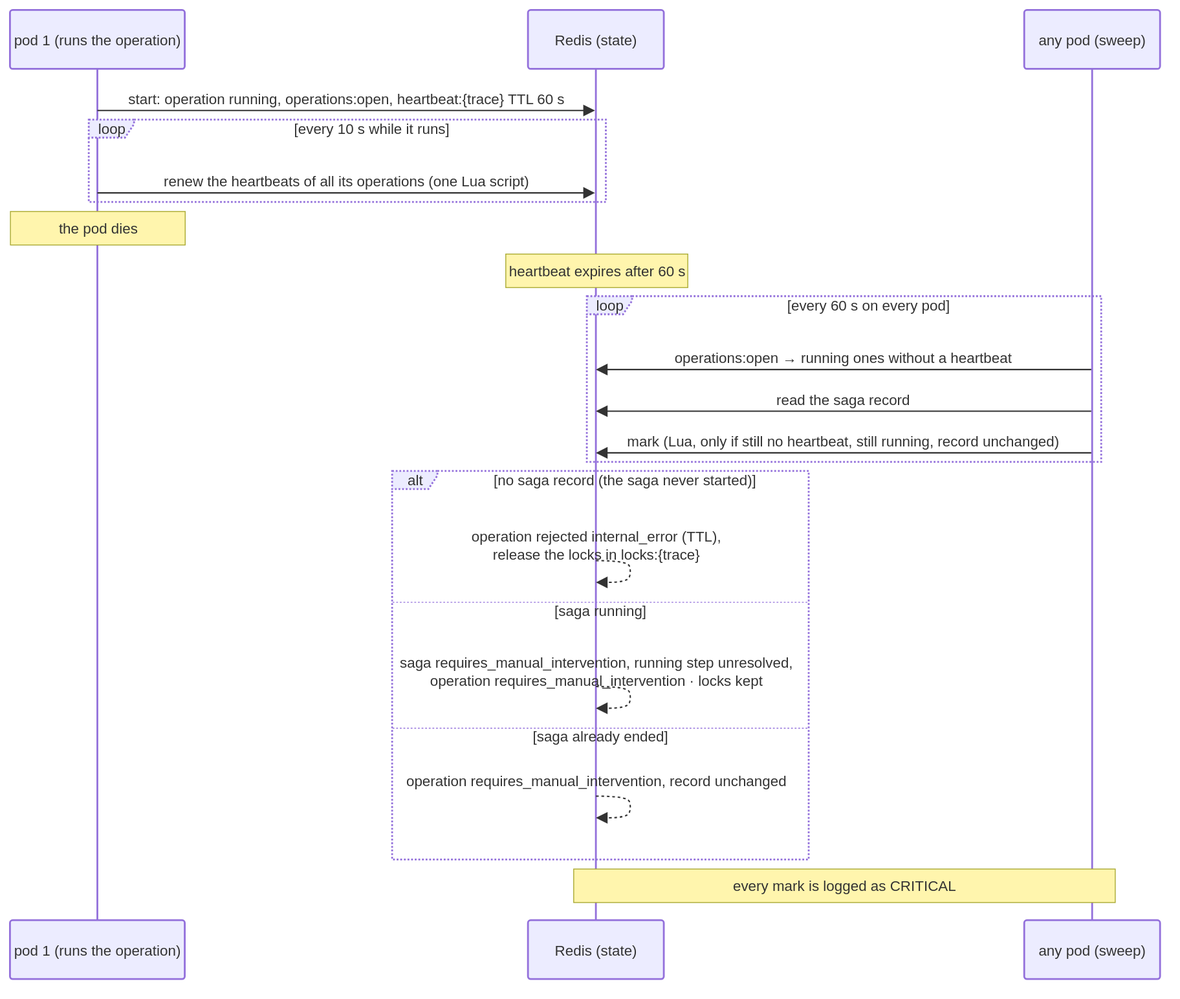
This is docs/diagrams/17-flow-crash.drawio.svg from EliShteinman/redis-enterprise-services, a draw.io export, as it was before one commit. Source tidied: cells renumbered, new cells last; positions are measured from the earlier drawing's top-left corner, leaving out a move shared by most shapes.
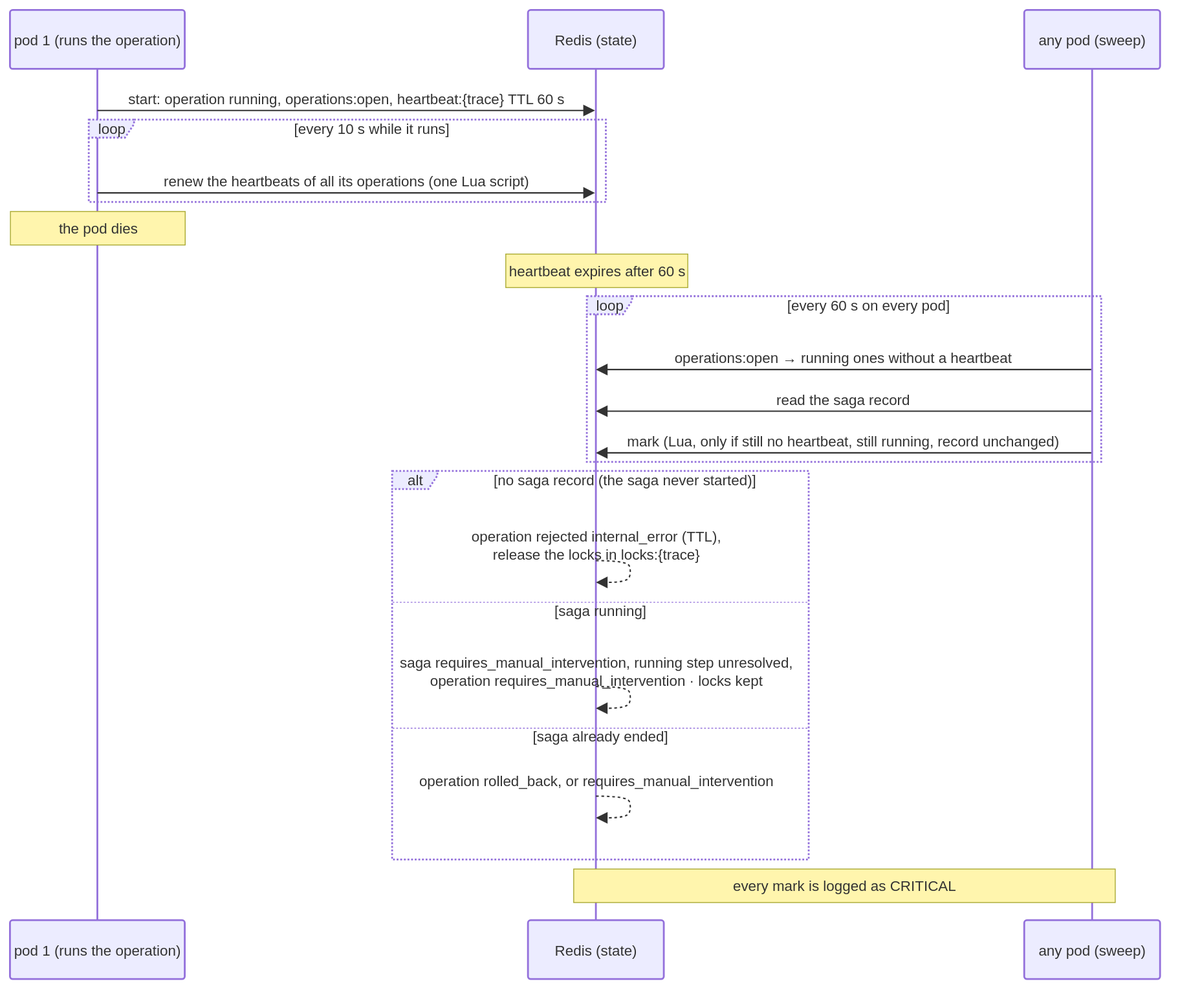
The same diagram one commit later.

Commit message:
docs(diagrams): the crash flow shows that an ended saga can leave the operation rolled_back

The edit, as a diff of the source:
```diff
@@ -109,7 +109,7 @@
         </Array>
       </mxGeometry>
     </mxCell>
-    <mxCell id="25" value="operation requires_manual_intervention, record unchanged" style="text;html=1;strokeColor=none;fillColor=none;align=center;verticalAlign=middle;fontFamily=Trebuchet MS,Verdana,Arial,sans-serif;fontSize=16;fontColor=light-dark(#333333,#cccccc);" parent="1" vertex="1">
+    <mxCell id="25" value="operation rolled_back, or requires_manual_intervention" style="text;html=1;strokeColor=none;fillColor=none;align=center;verticalAlign=middle;fontFamily=Trebuchet MS,Verdana,Arial,sans-serif;fontSize=16;fontColor=light-dark(#333333,#cccccc);" parent="1" vertex="1">
       <mxGeometry x="547" y="842" width="200" height="18" as="geometry" />
     </mxCell>
     <mxCell id="26" value="the pod dies" style="html=1;fillColor=light-dark(#fff5ad,#2a2a2a);strokeColor=light-dark(#aaaa33,#cccccc);fontColor=light-dark(#333333,#cccccc);fontFamily=Trebuchet MS,Verdana,Arial,sans-serif;fontSize=16;" parent="1" vertex="1">
```
